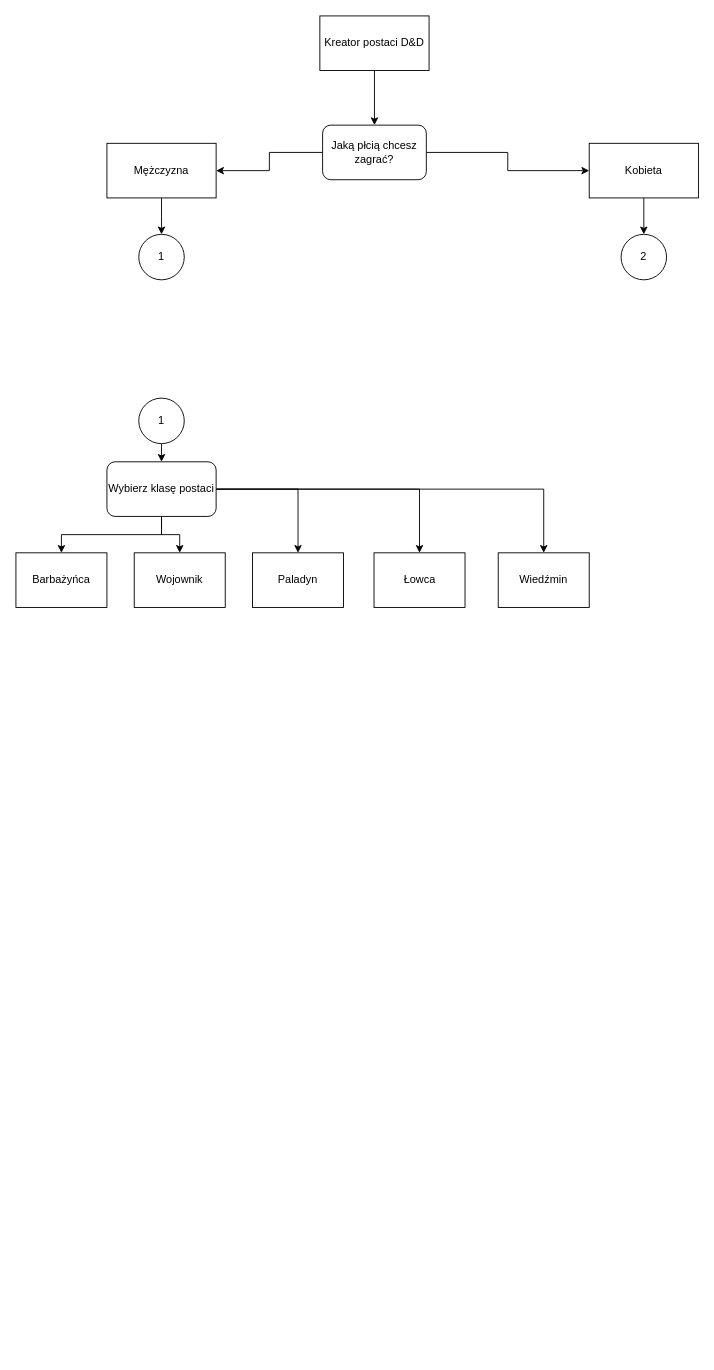
Above: drzewo.drawio in Kodyslaw/semiautomatic-character-dev (draw.io), before the change. Source tidied: cells renumbered, new cells numbered last; positions are measured from the earlier drawing's top-left corner, leaving out a move shared by most shapes. Both pictures are drawn from the tidied source at 91%, with x=0, y=0 at pixel (15, 15).
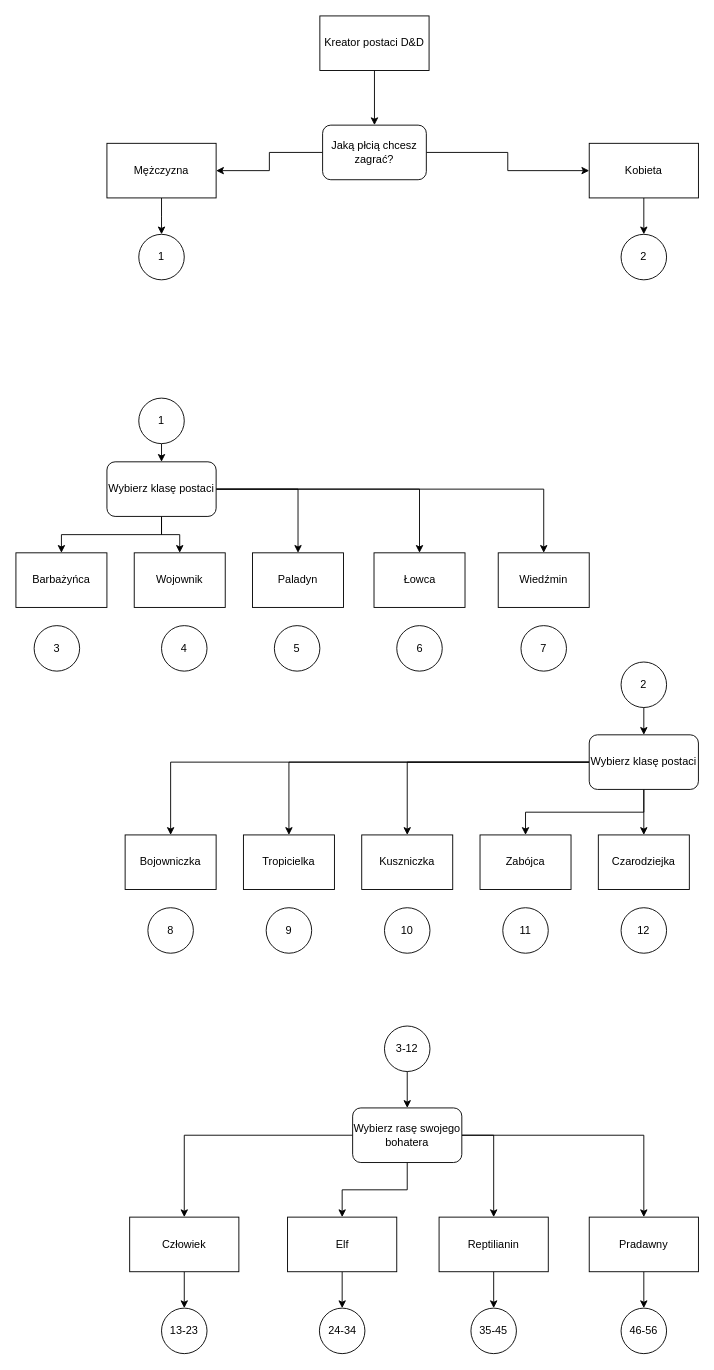
Above is the later version.

Diff of the diagram source:
```diff
@@
+    <mxCell id="26" style="edgeStyle=orthogonalEdgeStyle;rounded=0;jettySize=auto;html=1;exitX=0.5;exitY=1;exitDx=0;exitDy=0;entryX=0.5;entryY=0;entryDx=0;entryDy=0;" parent="1" edge="1" source="27" target="33">
+      <mxGeometry relative="1" as="geometry" />
+    </mxCell>
+    <mxCell id="27" value="2" style="ellipse;whiteSpace=wrap;html=1;" parent="1" vertex="1">
+      <mxGeometry x="665" y="710" width="50" height="50" as="geometry" />
+    </mxCell>
+    <mxCell id="28" style="edgeStyle=orthogonalEdgeStyle;rounded=0;jettySize=auto;html=1;exitX=0.5;exitY=1;exitDx=0;exitDy=0;entryX=0.5;entryY=0;entryDx=0;entryDy=0;" parent="1" edge="1" source="33" target="34">
+      <mxGeometry relative="1" as="geometry" />
+    </mxCell>
+    <mxCell id="29" style="edgeStyle=orthogonalEdgeStyle;rounded=0;jettySize=auto;html=1;exitX=0.5;exitY=1;exitDx=0;exitDy=0;entryX=0.5;entryY=0;entryDx=0;entryDy=0;" parent="1" edge="1" source="33" target="35">
+      <mxGeometry relative="1" as="geometry" />
+    </mxCell>
+    <mxCell id="30" style="edgeStyle=orthogonalEdgeStyle;rounded=0;jettySize=auto;html=1;exitX=0;exitY=0.5;exitDx=0;exitDy=0;entryX=0.5;entryY=0;entryDx=0;entryDy=0;" parent="1" edge="1" source="33" target="36">
+      <mxGeometry relative="1" as="geometry" />
+    </mxCell>
+    <mxCell id="31" style="edgeStyle=orthogonalEdgeStyle;rounded=0;jettySize=auto;html=1;exitX=0;exitY=0.5;exitDx=0;exitDy=0;entryX=0.5;entryY=0;entryDx=0;entryDy=0;" parent="1" edge="1" source="33" target="37">
+      <mxGeometry relative="1" as="geometry" />
+    </mxCell>
+    <mxCell id="32" style="edgeStyle=orthogonalEdgeStyle;rounded=0;jettySize=auto;html=1;exitX=0;exitY=0.5;exitDx=0;exitDy=0;entryX=0.5;entryY=0;entryDx=0;entryDy=0;" parent="1" edge="1" source="33" target="38">
+      <mxGeometry relative="1" as="geometry" />
+    </mxCell>
+    <mxCell id="33" value="Wybierz klasę postaci" style="rounded=1;whiteSpace=wrap;html=1;" parent="1" vertex="1">
+      <mxGeometry x="630" y="790" width="120" height="60" as="geometry" />
+    </mxCell>
+    <mxCell id="34" value="Czarodziejka" style="rounded=0;whiteSpace=wrap;html=1;" parent="1" vertex="1">
+      <mxGeometry x="640" y="900" width="100" height="60" as="geometry" />
+    </mxCell>
+    <mxCell id="35" value="Zabójca" style="rounded=0;whiteSpace=wrap;html=1;" parent="1" vertex="1">
+      <mxGeometry x="510" y="900" width="100" height="60" as="geometry" />
+    </mxCell>
+    <mxCell id="36" value="Kuszniczka" style="rounded=0;whiteSpace=wrap;html=1;" parent="1" vertex="1">
+      <mxGeometry x="380" y="900" width="100" height="60" as="geometry" />
+    </mxCell>
+    <mxCell id="37" value="Tropicielka" style="rounded=0;whiteSpace=wrap;html=1;" parent="1" vertex="1">
+      <mxGeometry x="250" y="900" width="100" height="60" as="geometry" />
+    </mxCell>
+    <mxCell id="38" value="Bojowniczka" style="rounded=0;whiteSpace=wrap;html=1;" parent="1" vertex="1">
+      <mxGeometry x="120" y="900" width="100" height="60" as="geometry" />
+    </mxCell>
+    <mxCell id="39" value="12" style="ellipse;whiteSpace=wrap;html=1;" parent="1" vertex="1">
+      <mxGeometry x="665" y="980" width="50" height="50" as="geometry" />
+    </mxCell>
+    <mxCell id="40" value="11" style="ellipse;whiteSpace=wrap;html=1;" parent="1" vertex="1">
+      <mxGeometry x="535" y="980" width="50" height="50" as="geometry" />
+    </mxCell>
+    <mxCell id="41" value="10" style="ellipse;whiteSpace=wrap;html=1;" parent="1" vertex="1">
+      <mxGeometry x="405" y="980" width="50" height="50" as="geometry" />
+    </mxCell>
+    <mxCell id="42" value="9" style="ellipse;whiteSpace=wrap;html=1;" parent="1" vertex="1">
+      <mxGeometry x="275" y="980" width="50" height="50" as="geometry" />
+    </mxCell>
+    <mxCell id="43" value="8" style="ellipse;whiteSpace=wrap;html=1;" parent="1" vertex="1">
+      <mxGeometry x="145" y="980" width="50" height="50" as="geometry" />
+    </mxCell>
+    <mxCell id="44" value="7" style="ellipse;whiteSpace=wrap;html=1;" parent="1" vertex="1">
+      <mxGeometry x="555" y="670" width="50" height="50" as="geometry" />
+    </mxCell>
+    <mxCell id="45" value="6" style="ellipse;whiteSpace=wrap;html=1;" parent="1" vertex="1">
+      <mxGeometry x="418.5" y="670" width="50" height="50" as="geometry" />
+    </mxCell>
+    <mxCell id="46" value="5" style="ellipse;whiteSpace=wrap;html=1;" parent="1" vertex="1">
+      <mxGeometry x="284" y="670" width="50" height="50" as="geometry" />
+    </mxCell>
+    <mxCell id="47" value="4" style="ellipse;whiteSpace=wrap;html=1;" parent="1" vertex="1">
+      <mxGeometry x="160" y="670" width="50" height="50" as="geometry" />
+    </mxCell>
+    <mxCell id="48" value="3" style="ellipse;whiteSpace=wrap;html=1;" parent="1" vertex="1">
+      <mxGeometry x="20" y="670" width="50" height="50" as="geometry" />
+    </mxCell>
+    <mxCell id="49" style="edgeStyle=orthogonalEdgeStyle;rounded=0;jettySize=auto;html=1;exitX=0.5;exitY=1;exitDx=0;exitDy=0;" parent="1" edge="1" source="50" target="55">
+      <mxGeometry relative="1" as="geometry" />
+    </mxCell>
+    <mxCell id="50" value="3-12" style="ellipse;whiteSpace=wrap;html=1;" parent="1" vertex="1">
+      <mxGeometry x="405" y="1110" width="50" height="50" as="geometry" />
+    </mxCell>
+    <mxCell id="51" style="edgeStyle=orthogonalEdgeStyle;rounded=0;jettySize=auto;html=1;exitX=0.5;exitY=1;exitDx=0;exitDy=0;entryX=0.5;entryY=0;entryDx=0;entryDy=0;" parent="1" edge="1" source="55" target="63">
+      <mxGeometry relative="1" as="geometry" />
+    </mxCell>
+    <mxCell id="52" style="edgeStyle=orthogonalEdgeStyle;rounded=0;jettySize=auto;html=1;exitX=0;exitY=0.5;exitDx=0;exitDy=0;entryX=0.5;entryY=0;entryDx=0;entryDy=0;" parent="1" edge="1" source="55" target="57">
+      <mxGeometry relative="1" as="geometry" />
+    </mxCell>
+    <mxCell id="53" style="edgeStyle=orthogonalEdgeStyle;rounded=0;jettySize=auto;html=1;exitX=1;exitY=0.5;exitDx=0;exitDy=0;entryX=0.5;entryY=0;entryDx=0;entryDy=0;" parent="1" edge="1" source="55" target="61">
+      <mxGeometry relative="1" as="geometry" />
+    </mxCell>
+    <mxCell id="54" style="edgeStyle=orthogonalEdgeStyle;rounded=0;jettySize=auto;html=1;exitX=1;exitY=0.5;exitDx=0;exitDy=0;entryX=0.5;entryY=0;entryDx=0;entryDy=0;" parent="1" edge="1" source="55" target="59">
+      <mxGeometry relative="1" as="geometry" />
+    </mxCell>
+    <mxCell id="55" value="Wybierz rasę swojego bohatera" style="rounded=1;whiteSpace=wrap;html=1;" parent="1" vertex="1">
+      <mxGeometry x="370" y="1200" width="120" height="60" as="geometry" />
+    </mxCell>
+    <mxCell id="56" style="edgeStyle=orthogonalEdgeStyle;rounded=0;jettySize=auto;html=1;exitX=0.5;exitY=1;exitDx=0;exitDy=0;entryX=0.5;entryY=0;entryDx=0;entryDy=0;" parent="1" edge="1" source="57" target="64">
+      <mxGeometry relative="1" as="geometry" />
+    </mxCell>
+    <mxCell id="57" value="Człowiek" style="rounded=0;whiteSpace=wrap;html=1;" parent="1" vertex="1">
+      <mxGeometry x="125" y="1320" width="120" height="60" as="geometry" />
+    </mxCell>
+    <mxCell id="58" style="edgeStyle=orthogonalEdgeStyle;rounded=0;jettySize=auto;html=1;exitX=0.5;exitY=1;exitDx=0;exitDy=0;entryX=0.5;entryY=0;entryDx=0;entryDy=0;" parent="1" edge="1" source="59" target="67">
+      <mxGeometry relative="1" as="geometry" />
+    </mxCell>
+    <mxCell id="59" value="Pradawny" style="rounded=0;whiteSpace=wrap;html=1;" parent="1" vertex="1">
+      <mxGeometry x="630" y="1320" width="120" height="60" as="geometry" />
+    </mxCell>
+    <mxCell id="60" style="edgeStyle=orthogonalEdgeStyle;rounded=0;jettySize=auto;html=1;entryX=0.5;entryY=0;entryDx=0;entryDy=0;" parent="1" edge="1" source="61" target="66">
+      <mxGeometry relative="1" as="geometry" />
+    </mxCell>
+    <mxCell id="61" value="Reptilianin" style="rounded=0;whiteSpace=wrap;html=1;" parent="1" vertex="1">
+      <mxGeometry x="465" y="1320" width="120" height="60" as="geometry" />
+    </mxCell>
+    <mxCell id="62" style="edgeStyle=orthogonalEdgeStyle;rounded=0;jettySize=auto;html=1;entryX=0.5;entryY=0;entryDx=0;entryDy=0;" parent="1" edge="1" source="63" target="65">
+      <mxGeometry relative="1" as="geometry" />
+    </mxCell>
+    <mxCell id="63" value="Elf" style="rounded=0;whiteSpace=wrap;html=1;" parent="1" vertex="1">
+      <mxGeometry x="298.5" y="1320" width="120" height="60" as="geometry" />
+    </mxCell>
+    <mxCell id="64" value="13-23" style="ellipse;whiteSpace=wrap;html=1;" parent="1" vertex="1">
+      <mxGeometry x="160" y="1420" width="50" height="50" as="geometry" />
+    </mxCell>
+    <mxCell id="65" value="24-34" style="ellipse;whiteSpace=wrap;html=1;" parent="1" vertex="1">
+      <mxGeometry x="333.5" y="1420" width="50" height="50" as="geometry" />
+    </mxCell>
+    <mxCell id="66" value="35-45" style="ellipse;whiteSpace=wrap;html=1;" parent="1" vertex="1">
+      <mxGeometry x="500" y="1420" width="50" height="50" as="geometry" />
+    </mxCell>
+    <mxCell id="67" value="46-56" style="ellipse;whiteSpace=wrap;html=1;" parent="1" vertex="1">
+      <mxGeometry x="665" y="1420" width="50" height="50" as="geometry" />
+    </mxCell>
```
